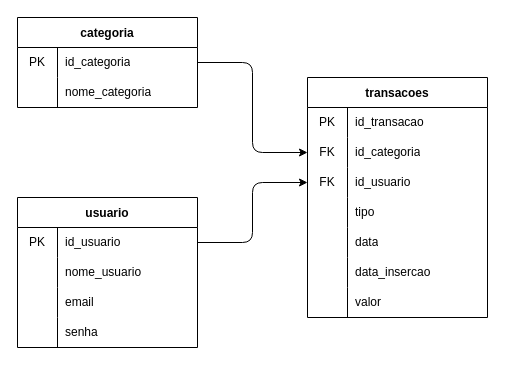
gustavolarsenn/devFinancas keeps this draw.io diagram as docs/modelagem.drawio. Above is the earlier version. Source tidied: cells renumbered, new cells numbered last; positions are measured from the earlier drawing's top-left corner, leaving out a move shared by most shapes. Both pictures are drawn from the tidied source at 100%, with x=0, y=0 at pixel (17, 17).
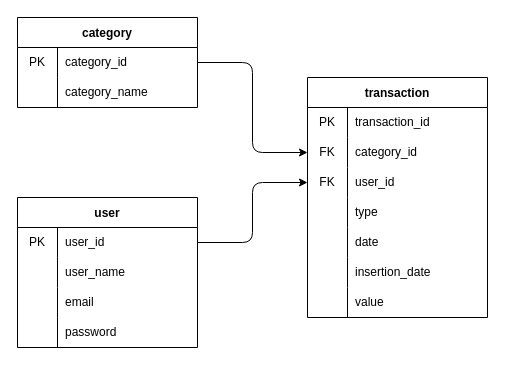
After the change.

Unchanged cells that the change refers to:
```xml
<mxCell id="3" style="shape=tableRow;horizontal=0;startSize=0;swimlaneHead=0;swimlaneBody=0;top=0;left=0;bottom=0;right=0;fillColor=none;points=[[0,0.5],[1,0.5]];portConstraint=eastwest;" parent="2" vertex="1">
  <mxGeometry y="30" width="180" height="30" as="geometry" />
</mxCell>
<mxCell id="6" style="shape=tableRow;horizontal=0;startSize=0;swimlaneHead=0;swimlaneBody=0;top=0;left=0;bottom=0;right=0;fillColor=none;" parent="2" vertex="1">
  <mxGeometry y="60" width="180" height="30" as="geometry" />
</mxCell>
<mxCell id="10" style="shape=tableRow;horizontal=0;startSize=0;swimlaneHead=0;swimlaneBody=0;top=0;left=0;bottom=0;right=0;fillColor=none;points=[[0,0.5],[1,0.5]];portConstraint=eastwest;" parent="9" vertex="1">
  <mxGeometry y="30" width="180" height="30" as="geometry" />
</mxCell>
<mxCell id="13" style="shape=tableRow;horizontal=0;startSize=0;swimlaneHead=0;swimlaneBody=0;top=0;left=0;bottom=0;right=0;fillColor=none;" parent="9" vertex="1">
  <mxGeometry y="60" width="180" height="30" as="geometry" />
</mxCell>
<mxCell id="19" style="shape=tableRow;horizontal=0;startSize=0;swimlaneHead=0;swimlaneBody=0;top=0;left=0;bottom=0;right=0;fillColor=none;" parent="9" vertex="1">
  <mxGeometry y="120" width="180" height="30" as="geometry" />
</mxCell>
<mxCell id="23" style="shape=tableRow;horizontal=0;startSize=0;swimlaneHead=0;swimlaneBody=0;top=0;left=0;bottom=0;right=0;fillColor=none;" parent="22" vertex="1">
  <mxGeometry y="30" width="180" height="30" as="geometry" />
</mxCell>
<mxCell id="26" style="shape=tableRow;horizontal=0;startSize=0;swimlaneHead=0;swimlaneBody=0;top=0;left=0;bottom=0;right=0;fillColor=none;points=[[0,0.5],[1,0.5]];portConstraint=eastwest;" parent="22" vertex="1">
  <mxGeometry y="60" width="180" height="30" as="geometry" />
</mxCell>
<mxCell id="29" style="shape=tableRow;horizontal=0;startSize=0;swimlaneHead=0;swimlaneBody=0;top=0;left=0;bottom=0;right=0;fillColor=none;points=[[0,0.5],[1,0.5]];portConstraint=eastwest;" parent="22" vertex="1">
  <mxGeometry y="90" width="180" height="30" as="geometry" />
</mxCell>
<mxCell id="32" style="shape=tableRow;horizontal=0;startSize=0;swimlaneHead=0;swimlaneBody=0;top=0;left=0;bottom=0;right=0;fillColor=none;" parent="22" vertex="1">
  <mxGeometry y="120" width="180" height="30" as="geometry" />
</mxCell>
<mxCell id="35" style="shape=tableRow;horizontal=0;startSize=0;swimlaneHead=0;swimlaneBody=0;top=0;left=0;bottom=0;right=0;fillColor=none;" parent="22" vertex="1">
  <mxGeometry y="150" width="180" height="30" as="geometry" />
</mxCell>
<mxCell id="38" style="shape=tableRow;horizontal=0;startSize=0;swimlaneHead=0;swimlaneBody=0;top=0;left=0;bottom=0;right=0;fillColor=none;" parent="22" vertex="1">
  <mxGeometry y="180" width="180" height="30" as="geometry" />
</mxCell>
<mxCell id="41" style="shape=tableRow;horizontal=0;startSize=0;swimlaneHead=0;swimlaneBody=0;top=0;left=0;bottom=0;right=0;fillColor=none;" parent="22" vertex="1">
  <mxGeometry y="210" width="180" height="30" as="geometry" />
</mxCell>
```

The edit, as a diff of the source:
```diff
@@
-    <mxCell id="2" value="categoria" style="shape=table;startSize=30;childLayout=tableLayout;rowLines=0;fontStyle=1;" parent="1" vertex="1">
+    <mxCell id="2" value="category" style="shape=table;startSize=30;childLayout=tableLayout;rowLines=0;fontStyle=1;" parent="1" vertex="1">
       <mxGeometry width="180" height="90" as="geometry" />
     </mxCell>
@@
-    <mxCell id="5" value="id_categoria" style="shape=partialRectangle;html=1;whiteSpace=wrap;fillColor=none;top=0;left=0;bottom=0;right=0;align=left;spacingLeft=6;overflow=hidden;" parent="3" vertex="1">
+    <mxCell id="5" value="category_id" style="shape=partialRectangle;html=1;whiteSpace=wrap;fillColor=none;top=0;left=0;bottom=0;right=0;align=left;spacingLeft=6;overflow=hidden;" parent="3" vertex="1">
       <mxGeometry x="40" width="140" height="30" as="geometry" />
     </mxCell>
@@
-    <mxCell id="8" value="nome_categoria" style="shape=partialRectangle;html=1;whiteSpace=wrap;fillColor=none;top=0;left=0;bottom=0;right=0;align=left;spacingLeft=6;overflow=hidden;" parent="6" vertex="1">
+    <mxCell id="8" value="category_name" style="shape=partialRectangle;html=1;whiteSpace=wrap;fillColor=none;top=0;left=0;bottom=0;right=0;align=left;spacingLeft=6;overflow=hidden;" parent="6" vertex="1">
       <mxGeometry x="40" width="140" height="30" as="geometry" />
     </mxCell>
-    <mxCell id="9" value="usuario" style="shape=table;startSize=30;childLayout=tableLayout;rowLines=0;fontStyle=1;" parent="1" vertex="1">
+    <mxCell id="9" value="user" style="shape=table;startSize=30;childLayout=tableLayout;rowLines=0;fontStyle=1;" parent="1" vertex="1">
       <mxGeometry y="180" width="180" height="150" as="geometry" />
     </mxCell>
@@
-    <mxCell id="12" value="id_usuario" style="shape=partialRectangle;html=1;whiteSpace=wrap;fillColor=none;top=0;left=0;bottom=0;right=0;align=left;spacingLeft=6;overflow=hidden;" parent="10" vertex="1">
+    <mxCell id="12" value="user_id" style="shape=partialRectangle;html=1;whiteSpace=wrap;fillColor=none;top=0;left=0;bottom=0;right=0;align=left;spacingLeft=6;overflow=hidden;" parent="10" vertex="1">
       <mxGeometry x="40" width="140" height="30" as="geometry" />
     </mxCell>
@@
-    <mxCell id="15" value="nome_usuario" style="shape=partialRectangle;html=1;whiteSpace=wrap;fillColor=none;top=0;left=0;bottom=0;right=0;align=left;spacingLeft=6;overflow=hidden;" parent="13" vertex="1">
+    <mxCell id="15" value="user_name" style="shape=partialRectangle;html=1;whiteSpace=wrap;fillColor=none;top=0;left=0;bottom=0;right=0;align=left;spacingLeft=6;overflow=hidden;" parent="13" vertex="1">
       <mxGeometry x="40" width="140" height="30" as="geometry" />
     </mxCell>
@@
-    <mxCell id="21" value="senha" style="shape=partialRectangle;html=1;whiteSpace=wrap;fillColor=none;top=0;left=0;bottom=0;right=0;align=left;spacingLeft=6;overflow=hidden;" parent="19" vertex="1">
+    <mxCell id="21" value="password" style="shape=partialRectangle;html=1;whiteSpace=wrap;fillColor=none;top=0;left=0;bottom=0;right=0;align=left;spacingLeft=6;overflow=hidden;" parent="19" vertex="1">
       <mxGeometry x="40" width="140" height="30" as="geometry" />
     </mxCell>
-    <mxCell id="22" value="transacoes" style="shape=table;startSize=30;childLayout=tableLayout;rowLines=0;fontStyle=1;" parent="1" vertex="1">
+    <mxCell id="22" value="transaction" style="shape=table;startSize=30;childLayout=tableLayout;rowLines=0;fontStyle=1;" parent="1" vertex="1">
       <mxGeometry x="290" y="60" width="180" height="240" as="geometry" />
     </mxCell>
@@
-    <mxCell id="25" value="id_transacao" style="shape=partialRectangle;html=1;whiteSpace=wrap;fillColor=none;top=0;left=0;bottom=0;right=0;align=left;spacingLeft=6;overflow=hidden;" parent="23" vertex="1">
+    <mxCell id="25" value="transaction_id" style="shape=partialRectangle;html=1;whiteSpace=wrap;fillColor=none;top=0;left=0;bottom=0;right=0;align=left;spacingLeft=6;overflow=hidden;" parent="23" vertex="1">
       <mxGeometry x="40" width="140" height="30" as="geometry" />
     </mxCell>
@@
-    <mxCell id="28" value="id_categoria" style="shape=partialRectangle;html=1;whiteSpace=wrap;fillColor=none;top=0;left=0;bottom=0;right=0;align=left;spacingLeft=6;overflow=hidden;" parent="26" vertex="1">
+    <mxCell id="28" value="category_id" style="shape=partialRectangle;html=1;whiteSpace=wrap;fillColor=none;top=0;left=0;bottom=0;right=0;align=left;spacingLeft=6;overflow=hidden;" parent="26" vertex="1">
       <mxGeometry x="40" width="140" height="30" as="geometry" />
     </mxCell>
@@
-    <mxCell id="31" value="id_usuario" style="shape=partialRectangle;html=1;whiteSpace=wrap;fillColor=none;top=0;left=0;bottom=0;right=0;align=left;spacingLeft=6;overflow=hidden;" parent="29" vertex="1">
+    <mxCell id="31" value="user_id" style="shape=partialRectangle;html=1;whiteSpace=wrap;fillColor=none;top=0;left=0;bottom=0;right=0;align=left;spacingLeft=6;overflow=hidden;" parent="29" vertex="1">
       <mxGeometry x="40" width="140" height="30" as="geometry" />
     </mxCell>
@@
-    <mxCell id="34" value="tipo" style="shape=partialRectangle;html=1;whiteSpace=wrap;fillColor=none;top=0;left=0;bottom=0;right=0;align=left;spacingLeft=6;overflow=hidden;" parent="32" vertex="1">
+    <mxCell id="34" value="type" style="shape=partialRectangle;html=1;whiteSpace=wrap;fillColor=none;top=0;left=0;bottom=0;right=0;align=left;spacingLeft=6;overflow=hidden;" parent="32" vertex="1">
       <mxGeometry x="40" width="140" height="30" as="geometry" />
     </mxCell>
@@
-    <mxCell id="37" value="data" style="shape=partialRectangle;html=1;whiteSpace=wrap;fillColor=none;top=0;left=0;bottom=0;right=0;align=left;spacingLeft=6;overflow=hidden;" parent="35" vertex="1">
+    <mxCell id="37" value="date" style="shape=partialRectangle;html=1;whiteSpace=wrap;fillColor=none;top=0;left=0;bottom=0;right=0;align=left;spacingLeft=6;overflow=hidden;" parent="35" vertex="1">
       <mxGeometry x="40" width="140" height="30" as="geometry" />
     </mxCell>
@@
-    <mxCell id="40" value="data_insercao" style="shape=partialRectangle;html=1;whiteSpace=wrap;fillColor=none;top=0;left=0;bottom=0;right=0;align=left;spacingLeft=6;overflow=hidden;" parent="38" vertex="1">
+    <mxCell id="40" value="insertion_date" style="shape=partialRectangle;html=1;whiteSpace=wrap;fillColor=none;top=0;left=0;bottom=0;right=0;align=left;spacingLeft=6;overflow=hidden;" parent="38" vertex="1">
       <mxGeometry x="40" width="140" height="30" as="geometry" />
     </mxCell>
@@
-    <mxCell id="43" value="valor" style="shape=partialRectangle;html=1;whiteSpace=wrap;fillColor=none;top=0;left=0;bottom=0;right=0;align=left;spacingLeft=6;overflow=hidden;" parent="41" vertex="1">
+    <mxCell id="43" value="value" style="shape=partialRectangle;html=1;whiteSpace=wrap;fillColor=none;top=0;left=0;bottom=0;right=0;align=left;spacingLeft=6;overflow=hidden;" parent="41" vertex="1">
       <mxGeometry x="40" width="140" height="30" as="geometry" />
     </mxCell>
```
